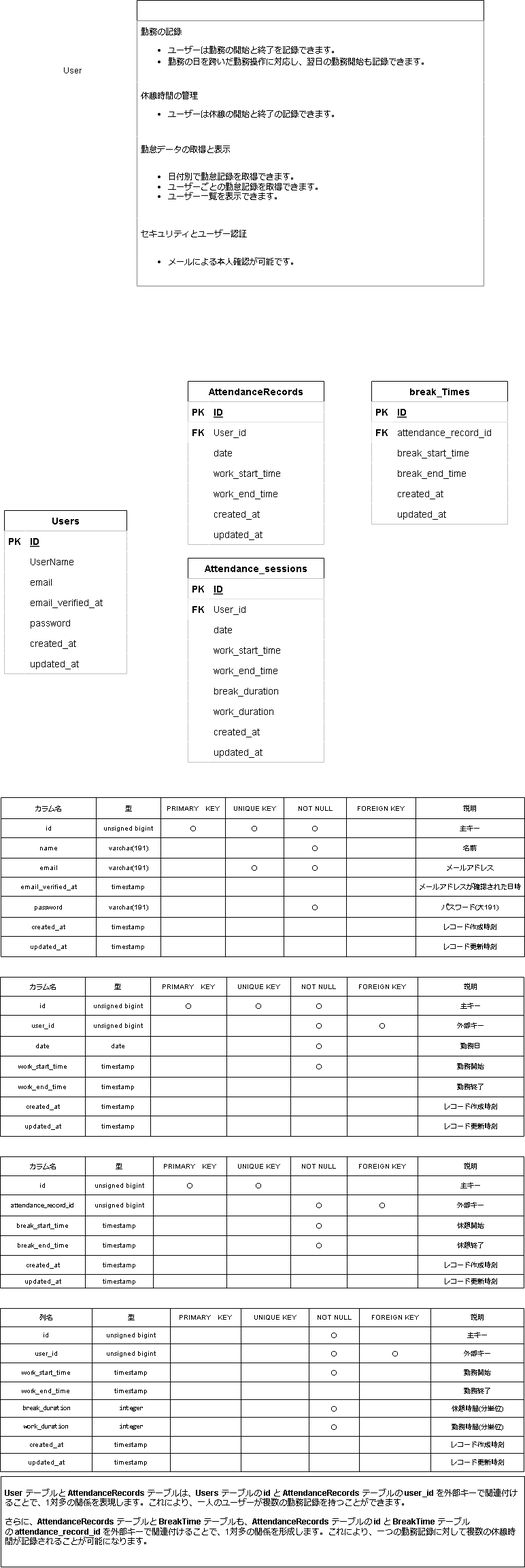
ponponmama/20240625-erika_hara-atte keeps this draw.io diagram as atte.drawio.png. Above is the earlier version. Source tidied: cells renumbered, new cells last; positions are measured from the earlier drawing's top-left corner, leaving out a move shared by most shapes.
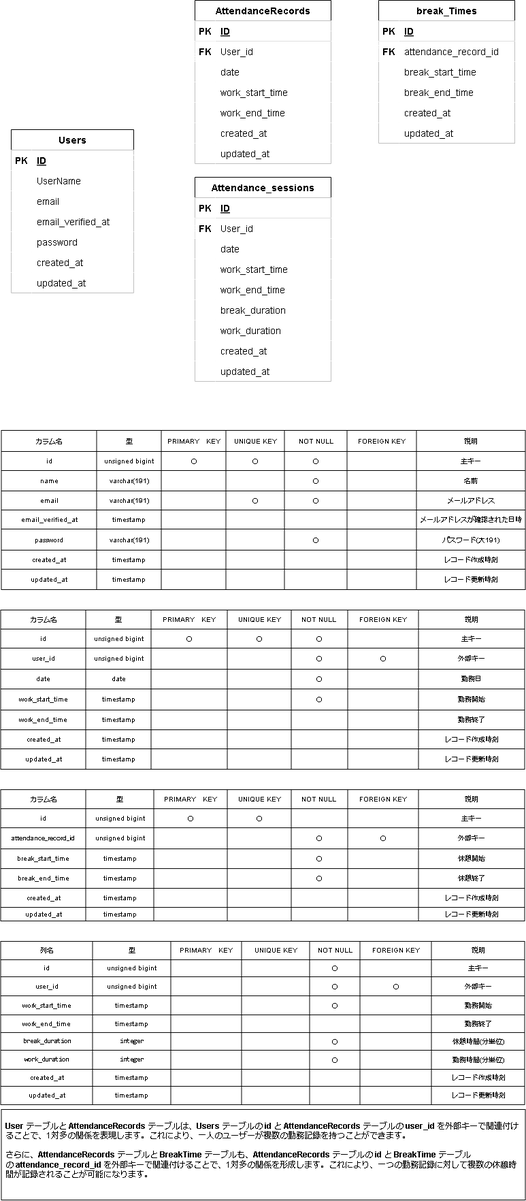
Later version of the same file.

Change to the diagram source:
```diff
@@ -3,7 +3,7 @@
     <mxCell id="0" />
     <mxCell id="1" parent="0" />
     <mxCell id="2" value="Users" style="shape=table;startSize=30;rowLines=0;fontStyle=1;align=center;fontSize=14;fillColor=default;strokeColor=default;gradientColor=none;labelBorderColor=none;labelBackgroundColor=default;perimeterSpacing=0;swimlaneLine=1;strokeWidth=1;" parent="1" vertex="1">
-      <mxGeometry x="6" y="750" width="180" height="240" as="geometry" />
+      <mxGeometry x="15.5" y="730" width="180" height="240" as="geometry" />
     </mxCell>
     <mxCell id="3" style="shape=tableRow;horizontal=0;startSize=0;swimlaneHead=0;swimlaneBody=0;fillColor=default;top=0;left=0;right=0;bottom=1;fontSize=14;strokeColor=none;perimeterSpacing=0;swimlaneLine=1;strokeWidth=1;" parent="2" vertex="1">
       <mxGeometry y="30" width="180" height="30" as="geometry" />
@@ -69,7 +69,7 @@
       <mxGeometry x="30" width="150" height="30" as="geometry" />
     </mxCell>
     <mxCell id="24" value="AttendanceRecords" style="shape=table;startSize=30;rowLines=0;fontStyle=1;align=center;fontSize=14;fillColor=default;" parent="1" vertex="1">
-      <mxGeometry x="276" y="560" width="200" height="240" as="geometry" />
+      <mxGeometry x="285.5" y="540" width="200" height="240" as="geometry" />
     </mxCell>
     <mxCell id="25" style="shape=tableRow;horizontal=0;startSize=0;swimlaneHead=0;swimlaneBody=0;fillColor=default;top=0;left=0;right=0;bottom=1;fontSize=14;" parent="24" vertex="1">
       <mxGeometry y="30" width="200" height="30" as="geometry" />
@@ -135,7 +135,7 @@
       <mxGeometry x="30" width="170" height="30" as="geometry" />
     </mxCell>
     <mxCell id="46" value="Attendance_sessions" style="shape=table;startSize=30;rowLines=0;fontStyle=1;align=center;fontSize=14;fillColor=default;" parent="1" vertex="1">
-      <mxGeometry x="276" y="820" width="200" height="300" as="geometry" />
+      <mxGeometry x="285.5" y="800" width="200" height="300" as="geometry" />
     </mxCell>
     <mxCell id="47" style="shape=tableRow;horizontal=0;startSize=0;swimlaneHead=0;swimlaneBody=0;fillColor=default;top=0;left=0;right=0;bottom=1;fontSize=14;" parent="46" vertex="1">
       <mxGeometry y="30" width="200" height="30" as="geometry" />
@@ -219,7 +219,7 @@
       <mxGeometry x="30" width="170" height="30" as="geometry" />
     </mxCell>
     <mxCell id="74" value="break_Times" style="shape=table;startSize=30;rowLines=0;fontStyle=1;align=center;fontSize=14;fillColor=default;" parent="1" vertex="1">
-      <mxGeometry x="546" y="560" width="200" height="210" as="geometry" />
+      <mxGeometry x="555.5" y="540" width="200" height="210" as="geometry" />
     </mxCell>
     <mxCell id="75" style="shape=tableRow;horizontal=0;startSize=0;swimlaneHead=0;swimlaneBody=0;fillColor=default;top=0;left=0;right=0;bottom=1;fontSize=14;" parent="74" vertex="1">
       <mxGeometry y="30" width="200" height="30" as="geometry" />
@@ -283,17 +283,17 @@
     </mxCell>
     <mxCell id="95" style="fontSize=12;html=1;endArrow=ERmany;fontColor=#FFFFFF;endFill=0;startArrow=none;startFill=0;exitX=1;exitY=0.5;exitDx=0;exitDy=0;strokeColor=#FFFFFF;" parent="1" edge="1" source="27">
       <mxGeometry relative="1" as="geometry">
-        <mxPoint x="546" y="630" as="targetPoint" />
+        <mxPoint x="555.5" y="610" as="targetPoint" />
       </mxGeometry>
     </mxCell>
     <mxCell id="96" value="FK" style="shape=partialRectangle;fillColor=default;top=0;left=0;bottom=0;right=0;fontStyle=1;overflow=hidden;fontSize=14;strokeColor=#FFFFFF;labelBorderColor=none;direction=west;" parent="1" vertex="1">
-      <mxGeometry x="276" y="620" width="30" height="30" as="geometry" />
+      <mxGeometry x="285.5" y="600" width="30" height="30" as="geometry" />
     </mxCell>
     <mxCell id="97" value="FK" style="shape=partialRectangle;fillColor=default;top=0;left=0;bottom=0;right=0;fontStyle=1;overflow=hidden;fontSize=14;strokeColor=#FFFFFF;labelBorderColor=none;" parent="1" vertex="1">
-      <mxGeometry x="276" y="880" width="30" height="30" as="geometry" />
+      <mxGeometry x="285.5" y="860" width="30" height="30" as="geometry" />
     </mxCell>
     <mxCell id="98" value="FK" style="shape=partialRectangle;fillColor=default;top=0;left=0;bottom=0;right=0;fontStyle=1;overflow=hidden;fontSize=14;strokeColor=#FFFFFF;labelBorderColor=none;" parent="1" vertex="1">
-      <mxGeometry x="546" y="620" width="30" height="30" as="geometry" />
+      <mxGeometry x="555.5" y="600" width="30" height="30" as="geometry" />
     </mxCell>
     <mxCell id="99" style="shape=table;html=1;whiteSpace=wrap;startSize=0;fontSize=10;spacing=1;" parent="1" vertex="1">
       <mxGeometry x="1" y="1172" width="770" height="234" as="geometry" />
@@ -1090,28 +1090,5 @@
     <mxCell id="363" value="&lt;font style=&quot;font-size: 14px;&quot;&gt;AttendanceSessionsテーブル&lt;/font&gt;" style="text;html=1;align=center;verticalAlign=middle;strokeColor=none;fillColor=none;fontSize=14;fontStyle=1;fontColor=#FFFFFF;" parent="1" vertex="1">
       <mxGeometry x="1" y="1892.9" width="220" height="30" as="geometry" />
     </mxCell>
-    <mxCell id="364" style="edgeStyle=none;html=1;strokeColor=#FFFFFF;" parent="1" edge="1" source="365">
-      <mxGeometry relative="1" as="geometry">
-        <mxPoint x="201" y="60" as="targetPoint" />
-      </mxGeometry>
-    </mxCell>
-    <mxCell id="365" value="User&lt;br&gt;" style="shape=umlActor;verticalLabelPosition=bottom;verticalAlign=top;html=1;outlineConnect=0;strokeColor=#FFFFFF;" parent="1" vertex="1">
-      <mxGeometry x="91" y="30" width="30" height="60" as="geometry" />
-    </mxCell>
-    <mxCell id="366" value="atee" style="swimlane;fontStyle=0;horizontal=1;startSize=30;whiteSpace=wrap;html=1;fillColor=default;fontColor=#FFFFFF;" parent="1" vertex="1">
-      <mxGeometry x="201" width="510" height="420" as="geometry" />
-    </mxCell>
-    <mxCell id="367" value="勤務の記録&lt;br&gt;&lt;ul&gt;&lt;li style=&quot;box-sizing: border-box; --tw-border-spacing-x: 0; --tw-border-spacing-y: 0; --tw-translate-x: 0; --tw-translate-y: 0; --tw-rotate: 0; --tw-skew-x: 0; --tw-skew-y: 0; --tw-scale-x: 1; --tw-scale-y: 1; --tw-pan-x: ; --tw-pan-y: ; --tw-pinch-zoom: ; --tw-scroll-snap-strictness: proximity; --tw-gradient-from-position: ; --tw-gradient-via-position: ; --tw-gradient-to-position: ; --tw-ordinal: ; --tw-slashed-zero: ; --tw-numeric-figure: ; --tw-numeric-spacing: ; --tw-numeric-fraction: ; --tw-ring-inset: ; --tw-ring-offset-width: 0px; --tw-ring-offset-color: #fff; --tw-ring-color: rgb(59 130 246 / .5); --tw-ring-offset-shadow: 0 0 #0000; --tw-ring-shadow: 0 0 #0000; --tw-shadow: 0 0 #0000; --tw-shadow-colored: 0 0 #0000; --tw-blur: ; --tw-brightness: ; --tw-contrast: ; --tw-grayscale: ; --tw-hue-rotate: ; --tw-invert: ; --tw-saturate: ; --tw-sepia: ; --tw-drop-shadow: ; --tw-backdrop-blur: ; --tw-backdrop-brightness: ; --tw-backdrop-contrast: ; --tw-backdrop-grayscale: ; --tw-backdrop-hue-rotate: ; --tw-backdrop-invert: ; --tw-backdrop-opacity: ; --tw-backdrop-saturate: ; --tw-backdrop-sepia: ; --tw-contain-size: ; --tw-contain-layout: ; --tw-contain-paint: ; --tw-contain-style: ;&quot;&gt;ユーザーは勤務の開始と終了を記録できます。&lt;/li&gt;&lt;li style=&quot;box-sizing: border-box; --tw-border-spacing-x: 0; --tw-border-spacing-y: 0; --tw-translate-x: 0; --tw-translate-y: 0; --tw-rotate: 0; --tw-skew-x: 0; --tw-skew-y: 0; --tw-scale-x: 1; --tw-scale-y: 1; --tw-pan-x: ; --tw-pan-y: ; --tw-pinch-zoom: ; --tw-scroll-snap-strictness: proximity; --tw-gradient-from-position: ; --tw-gradient-via-position: ; --tw-gradient-to-position: ; --tw-ordinal: ; --tw-slashed-zero: ; --tw-numeric-figure: ; --tw-numeric-spacing: ; --tw-numeric-fraction: ; --tw-ring-inset: ; --tw-ring-offset-width: 0px; --tw-ring-offset-color: #fff; --tw-ring-color: rgb(59 130 246 / .5); --tw-ring-offset-shadow: 0 0 #0000; --tw-ring-shadow: 0 0 #0000; --tw-shadow: 0 0 #0000; --tw-shadow-colored: 0 0 #0000; --tw-blur: ; --tw-brightness: ; --tw-contrast: ; --tw-grayscale: ; --tw-hue-rotate: ; --tw-invert: ; --tw-saturate: ; --tw-sepia: ; --tw-drop-shadow: ; --tw-backdrop-blur: ; --tw-backdrop-brightness: ; --tw-backdrop-contrast: ; --tw-backdrop-grayscale: ; --tw-backdrop-hue-rotate: ; --tw-backdrop-invert: ; --tw-backdrop-opacity: ; --tw-backdrop-saturate: ; --tw-backdrop-sepia: ; --tw-contain-size: ; --tw-contain-layout: ; --tw-contain-paint: ; --tw-contain-style: ; margin-top: 0.25em;&quot;&gt;勤務の日を跨いだ勤務操作に対応し、翌日の勤務開始も記録できます。　　　&lt;/li&gt;&lt;/ul&gt;" style="text;strokeColor=none;fillColor=default;align=left;verticalAlign=middle;spacingLeft=4;spacingRight=4;overflow=hidden;whiteSpace=wrap;html=1;" parent="1" vertex="1">
-      <mxGeometry x="201" y="30" width="510" height="90" as="geometry" />
-    </mxCell>
-    <mxCell id="368" value="休憩時間の管理&lt;br&gt;&lt;ul&gt;&lt;li&gt;&lt;span style=&quot;background-color: initial;&quot;&gt;ユーザーは休憩の開始と終了の記録できます。&lt;/span&gt;&lt;/li&gt;&lt;/ul&gt;" style="text;strokeColor=none;fillColor=default;align=left;verticalAlign=middle;spacingLeft=4;spacingRight=4;overflow=hidden;whiteSpace=wrap;html=1;" parent="1" vertex="1">
-      <mxGeometry x="201" y="120" width="510" height="80" as="geometry" />
-    </mxCell>
-    <mxCell id="369" value="勤怠データの取得と表示&lt;br&gt;&lt;span style=&quot;white-space: pre;&quot;&gt;&#9;&lt;/span&gt;&lt;br&gt;&lt;ul&gt;&lt;li&gt;日付別で勤怠記録を取得できます。&lt;/li&gt;&lt;li&gt;ユーザーごとの勤怠記録を取得できます。&lt;/li&gt;&lt;li&gt;ユーザー一覧を表示できます。&lt;/li&gt;&lt;/ul&gt;" style="text;strokeColor=none;fillColor=default;align=left;verticalAlign=middle;spacingLeft=4;spacingRight=4;overflow=hidden;whiteSpace=wrap;html=1;" parent="1" vertex="1">
-      <mxGeometry x="201" y="200" width="510" height="120" as="geometry" />
-    </mxCell>
-    <mxCell id="370" value="セキュリティとユーザー認証&lt;br&gt;&lt;br&gt;&lt;ul&gt;&lt;li&gt;メールによる本人確認が可能です。&lt;/li&gt;&lt;/ul&gt;" style="text;strokeColor=none;fillColor=default;align=left;verticalAlign=middle;spacingLeft=4;spacingRight=4;overflow=hidden;whiteSpace=wrap;html=1;" parent="1" vertex="1">
-      <mxGeometry x="201" y="320" width="510" height="100" as="geometry" />
-    </mxCell>
   </root>
 </mxGraphModel>
```
